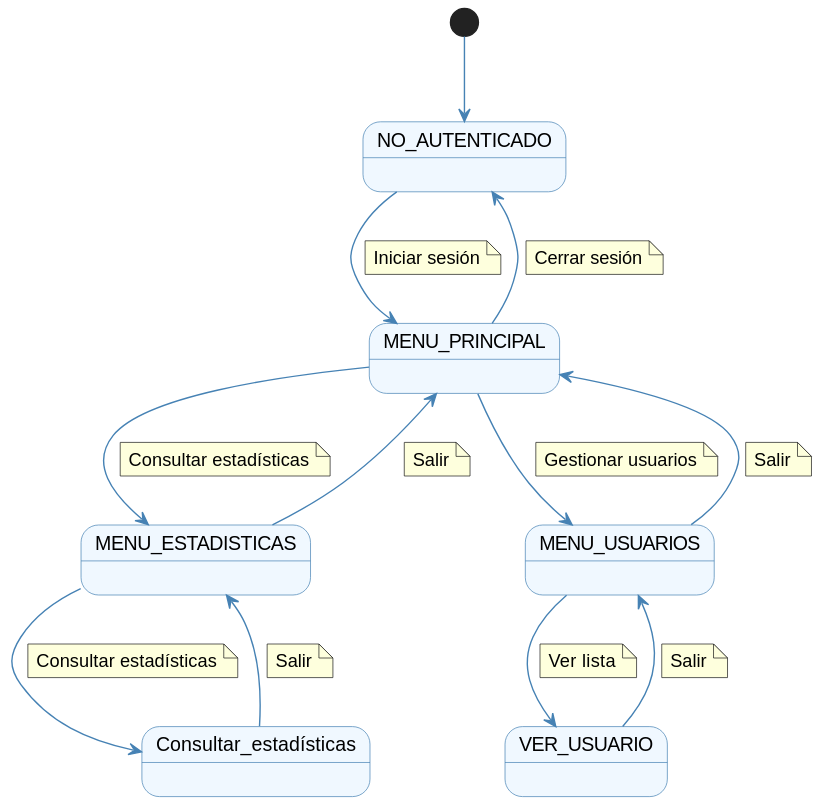
Above: documentos/imagenes/casos_de_uso/diagramas_contexto/diagrama_contexto_seleccionador.svg in Dievex/24-25-IdSw1-SDR (PlantUML), before the change. Source of this version:
```plantuml
@startuml
skinparam {
    StateFontSize 14
    StateFontColor black
    StateBackgroundColor #f0f8ff
    StateBorderColor #4682b4
    ArrowColor #4682b4
    ArrowFontColor #191970
    ArrowFontSize 12
}

state "NO_AUTENTICADO" as NoAuth
state "MENU_PRINCIPAL" as Menu
state "MENU_ESTADISTICAS" as Menu_estadisticas
state "MENU_USUARIOS" as Menu_usuarios
state "VER_USUARIO" as Ver_usuario

[*] --> NoAuth

NoAuth --> Menu
    note on link
        Iniciar sesión
    end note

Menu --> NoAuth
    note on link
        Cerrar sesión
    end note

Menu --> Menu_usuarios
    note on link
        Gestionar usuarios
    end note

Menu_usuarios --> Menu
    note on link
        Salir
    end note

Menu_usuarios --> Ver_usuario
    note on link
        Ver lista
    end note

Ver_usuario --> Menu_usuarios
    note on link
        Salir
    end note

Menu --> Menu_estadisticas
    note on link
        Consultar estadísticas
    end note

Menu_estadisticas --> Menu
    note on link
        Salir
    end note

Menu_estadisticas --> Consultar_estadísticas
    note on link
        Consultar estadísticas
    end note

Consultar_estadísticas --> Menu_estadisticas
    note on link
        Salir
    end note
@enduml
```
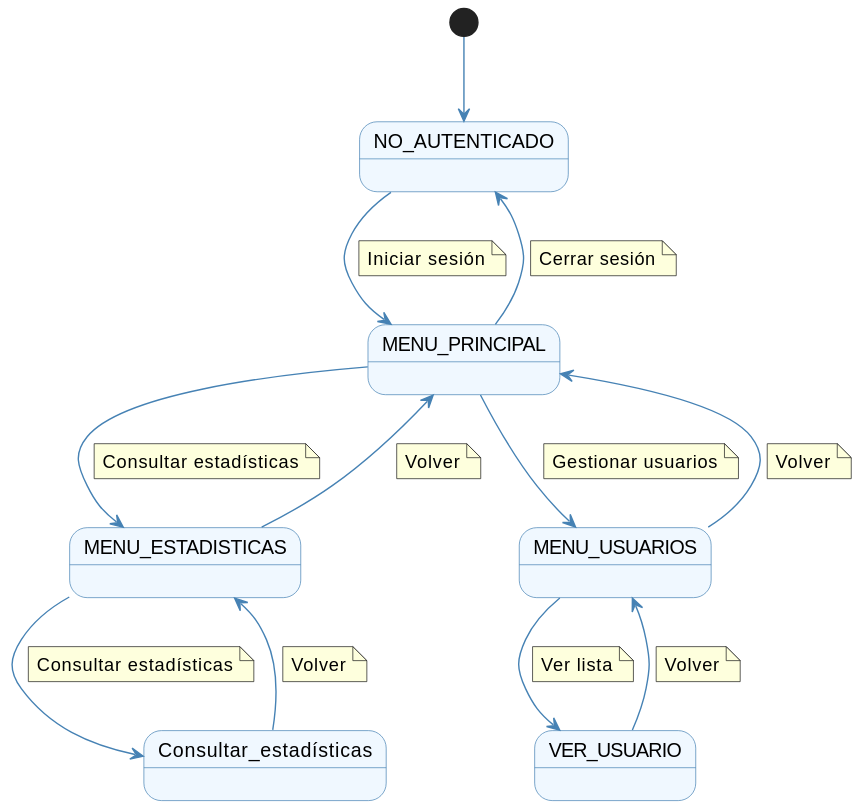
Above is the later version.

Diff of the diagram source:
```diff
@@ -34,7 +34,7 @@
 
 Menu_usuarios --> Menu
     note on link
-        Salir
+        Volver
     end note
 
 Menu_usuarios --> Ver_usuario
@@ -44,7 +44,7 @@
 
 Ver_usuario --> Menu_usuarios
     note on link
-        Salir
+        Volver
     end note
 
 Menu --> Menu_estadisticas
@@ -54,7 +54,7 @@
 
 Menu_estadisticas --> Menu
     note on link
-        Salir
+        Volver
     end note
 
 Menu_estadisticas --> Consultar_estadísticas
@@ -64,6 +64,6 @@
 
 Consultar_estadísticas --> Menu_estadisticas
     note on link
-        Salir
+        Volver
     end note
 @enduml
```
